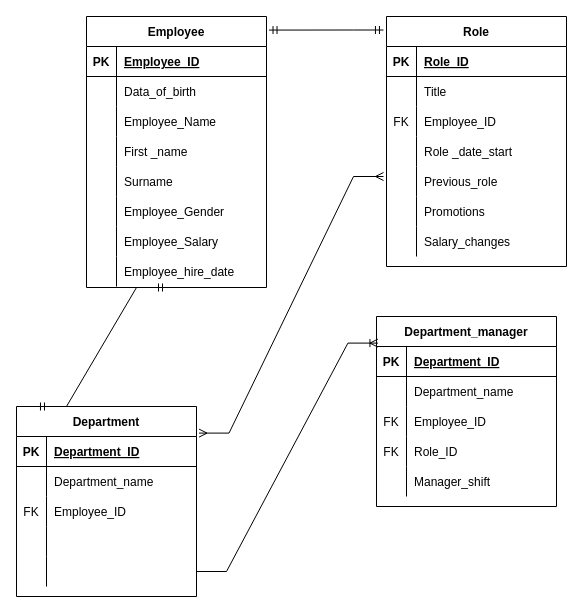
Earlier version of the draw.io diagram Relational data model.drawio (PriFlores/HR-Database). Source tidied: cells renumbered, new cells numbered last; positions are measured from the earlier drawing's top-left corner, leaving out a move shared by most shapes. Both pictures are drawn from the tidied source at 100%, with x=0, y=0 at pixel (16, 16).
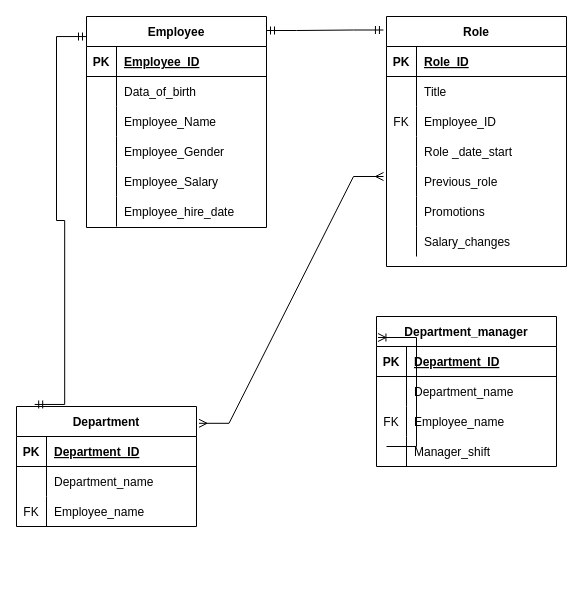
The same diagram, later.

Unchanged cells that the change refers to:
```xml
<mxCell id="27" value="Role" style="shape=table;startSize=30;childLayout=tableLayout;rowLines=0;fontStyle=1;align=center;" parent="1" vertex="1">
  <mxGeometry x="370" width="180" height="250" as="geometry" />
</mxCell>
<mxCell id="56" style="shape=partialRectangle;fillColor=none;top=0;left=0;bottom=0;right=0;" parent="49" vertex="1">
  <mxGeometry y="90" width="180" height="30" as="geometry" />
</mxCell>
<mxCell id="59" style="shape=partialRectangle;fillColor=none;top=0;left=0;bottom=0;right=0;" parent="49" vertex="1">
  <mxGeometry y="120" width="180" height="30" as="geometry" />
</mxCell>
<mxCell id="72" style="shape=partialRectangle;fillColor=none;top=0;left=0;bottom=0;right=0;" parent="65" vertex="1">
  <mxGeometry y="90" width="180" height="30" as="geometry" />
</mxCell>
```

Diff of the diagram source:
```diff
@@
     <mxCell id="2" value="Employee" style="shape=table;startSize=30;childLayout=tableLayout;rowLines=0;fontStyle=1;align=center;" parent="1" vertex="1">
-      <mxGeometry x="70" width="180" height="271" as="geometry" />
+      <mxGeometry x="70" width="180" height="211" as="geometry" />
     </mxCell>
@@
-    <mxCell id="12" style="shape=partialRectangle;fillColor=none;top=0;left=0;bottom=0;right=0;" parent="2" vertex="1">
-      <mxGeometry y="120" width="180" height="30" as="geometry" />
-    </mxCell>
-    <mxCell id="13" style="shape=partialRectangle;fillColor=none;top=0;left=0;bottom=0;right=0;overflow=hidden;" parent="12" vertex="1">
-      <mxGeometry width="30" height="30" as="geometry" />
-    </mxCell>
-    <mxCell id="14" value="First _name" style="shape=partialRectangle;fillColor=none;top=0;left=0;bottom=0;right=0;align=left;spacingLeft=6;overflow=hidden;" parent="12" vertex="1">
-      <mxGeometry x="30" width="150" height="30" as="geometry" />
-    </mxCell>
-    <mxCell id="15" style="shape=partialRectangle;fillColor=none;top=0;left=0;bottom=0;right=0;" parent="2" vertex="1">
-      <mxGeometry y="150" width="180" height="30" as="geometry" />
-    </mxCell>
-    <mxCell id="16" style="shape=partialRectangle;fillColor=none;top=0;left=0;bottom=0;right=0;overflow=hidden;" parent="15" vertex="1">
-      <mxGeometry width="30" height="30" as="geometry" />
-    </mxCell>
-    <mxCell id="17" value="Surname" style="shape=partialRectangle;fillColor=none;top=0;left=0;bottom=0;right=0;align=left;spacingLeft=6;overflow=hidden;" parent="15" vertex="1">
-      <mxGeometry x="30" width="150" height="30" as="geometry" />
-    </mxCell>
     <mxCell id="18" style="shape=partialRectangle;fillColor=none;top=0;left=0;bottom=0;right=0;" parent="2" vertex="1">
-      <mxGeometry y="180" width="180" height="30" as="geometry" />
+      <mxGeometry y="120" width="180" height="30" as="geometry" />
     </mxCell>
@@
     <mxCell id="21" style="shape=partialRectangle;fillColor=none;top=0;left=0;bottom=0;right=0;" parent="2" vertex="1">
-      <mxGeometry y="210" width="180" height="30" as="geometry" />
+      <mxGeometry y="150" width="180" height="30" as="geometry" />
     </mxCell>
@@
     <mxCell id="24" style="shape=partialRectangle;fillColor=none;top=0;left=0;bottom=0;right=0;" parent="2" vertex="1">
-      <mxGeometry y="240" width="180" height="30" as="geometry" />
+      <mxGeometry y="180" width="180" height="30" as="geometry" />
     </mxCell>
@@
     <mxCell id="49" value="Department_manager" style="shape=table;startSize=30;childLayout=tableLayout;rowLines=0;fontStyle=1;align=center;" parent="1" vertex="1">
-      <mxGeometry x="360" y="300" width="180" height="190" as="geometry" />
+      <mxGeometry x="360" y="300" width="180" height="150" as="geometry" />
     </mxCell>
@@
-    <mxCell id="58" value="Employee_ID" style="shape=partialRectangle;fillColor=none;top=0;left=0;bottom=0;right=0;align=left;spacingLeft=6;overflow=hidden;" parent="56" vertex="1">
+    <mxCell id="58" value="Employee_name" style="shape=partialRectangle;fillColor=none;top=0;left=0;bottom=0;right=0;align=left;spacingLeft=6;overflow=hidden;" parent="56" vertex="1">
       <mxGeometry x="30" width="150" height="30" as="geometry" />
     </mxCell>
@@
-    <mxCell id="60" value="FK" style="shape=partialRectangle;fillColor=none;top=0;left=0;bottom=0;right=0;overflow=hidden;" parent="59" vertex="1">
+    <mxCell id="60" style="shape=partialRectangle;fillColor=none;top=0;left=0;bottom=0;right=0;overflow=hidden;" parent="59" vertex="1">
       <mxGeometry width="30" height="30" as="geometry" />
     </mxCell>
-    <mxCell id="61" value="Role_ID" style="shape=partialRectangle;fillColor=none;top=0;left=0;bottom=0;right=0;align=left;spacingLeft=6;overflow=hidden;" parent="59" vertex="1">
+    <mxCell id="61" style="shape=partialRectangle;fillColor=none;top=0;left=0;bottom=0;right=0;align=left;spacingLeft=6;overflow=hidden;" parent="59" vertex="1">
       <mxGeometry x="30" width="150" height="30" as="geometry" />
     </mxCell>
-    <mxCell id="62" style="shape=partialRectangle;fillColor=none;top=0;left=0;bottom=0;right=0;" parent="49" vertex="1">
-      <mxGeometry y="150" width="180" height="30" as="geometry" />
-    </mxCell>
-    <mxCell id="63" style="shape=partialRectangle;fillColor=none;top=0;left=0;bottom=0;right=0;overflow=hidden;" parent="62" vertex="1">
-      <mxGeometry width="30" height="30" as="geometry" />
-    </mxCell>
-    <mxCell id="64" value="Manager_shift" style="shape=partialRectangle;fillColor=none;top=0;left=0;bottom=0;right=0;align=left;spacingLeft=6;overflow=hidden;" parent="62" vertex="1">
-      <mxGeometry x="30" width="150" height="30" as="geometry" />
-    </mxCell>
     <mxCell id="65" value="Department" style="shape=table;startSize=30;childLayout=tableLayout;rowLines=0;fontStyle=1;align=center;" parent="1" vertex="1">
-      <mxGeometry y="390" width="180" height="190" as="geometry" />
+      <mxGeometry y="390" width="180" height="120" as="geometry" />
     </mxCell>
@@
-    <mxCell id="74" value="Employee_ID" style="shape=partialRectangle;fillColor=none;top=0;left=0;bottom=0;right=0;align=left;spacingLeft=6;overflow=hidden;" parent="72" vertex="1">
+    <mxCell id="74" value="Employee_name" style="shape=partialRectangle;fillColor=none;top=0;left=0;bottom=0;right=0;align=left;spacingLeft=6;overflow=hidden;" parent="72" vertex="1">
       <mxGeometry x="30" width="150" height="30" as="geometry" />
     </mxCell>
-    <mxCell id="75" style="shape=partialRectangle;fillColor=none;top=0;left=0;bottom=0;right=0;" parent="65" vertex="1">
-      <mxGeometry y="120" width="180" height="30" as="geometry" />
-    </mxCell>
-    <mxCell id="76" style="shape=partialRectangle;fillColor=none;top=0;left=0;bottom=0;right=0;overflow=hidden;" parent="75" vertex="1">
-      <mxGeometry width="30" height="30" as="geometry" />
-    </mxCell>
-    <mxCell id="77" style="shape=partialRectangle;fillColor=none;top=0;left=0;bottom=0;right=0;align=left;spacingLeft=6;overflow=hidden;" parent="75" vertex="1">
-      <mxGeometry x="30" width="150" height="30" as="geometry" />
-    </mxCell>
-    <mxCell id="78" style="shape=partialRectangle;fillColor=none;top=0;left=0;bottom=0;right=0;points=[[0,0.5],[1,0.5]];portConstraint=eastwest;" parent="65" vertex="1">
-      <mxGeometry y="150" width="180" height="30" as="geometry" />
-    </mxCell>
-    <mxCell id="79" style="shape=partialRectangle;fillColor=none;top=0;left=0;bottom=0;right=0;overflow=hidden;" parent="78" vertex="1">
-      <mxGeometry width="30" height="30" as="geometry" />
-    </mxCell>
-    <mxCell id="80" style="shape=partialRectangle;fillColor=none;top=0;left=0;bottom=0;right=0;align=left;spacingLeft=6;overflow=hidden;" parent="78" vertex="1">
-      <mxGeometry x="30" width="150" height="30" as="geometry" />
-    </mxCell>
-    <mxCell id="81" style="edgeStyle=entityRelationEdgeStyle;fontSize=12;html=1;endArrow=ERoneToMany;rounded=0;entryX=0.008;entryY=0.14;entryDx=0;entryDy=0;entryPerimeter=0;exitX=1;exitY=0.5;exitDx=0;exitDy=0;" parent="1" edge="1" source="78" target="49">
-      <mxGeometry relative="1" as="geometry" />
+    <mxCell id="81" style="edgeStyle=entityRelationEdgeStyle;fontSize=12;html=1;endArrow=ERoneToMany;rounded=0;entryX=0.008;entryY=0.14;entryDx=0;entryDy=0;entryPerimeter=0;exitX=1;exitY=0.5;exitDx=0;exitDy=0;" parent="1" edge="1" target="49">
+      <mxGeometry relative="1" as="geometry">
+        <mxPoint x="370" y="430" as="sourcePoint" />
+      </mxGeometry>
     </mxCell>
@@
-    <mxCell id="83" style="edgeStyle=entityRelationEdgeStyle;fontSize=12;html=1;endArrow=ERmandOne;startArrow=ERmandOne;rounded=0;entryX=-0.017;entryY=0.054;entryDx=0;entryDy=0;entryPerimeter=0;exitX=1.014;exitY=0.05;exitDx=0;exitDy=0;exitPerimeter=0;" parent="1" edge="1" source="2" target="27">
-      <mxGeometry relative="1" as="geometry" />
+    <mxCell id="83" style="edgeStyle=entityRelationEdgeStyle;fontSize=12;html=1;endArrow=ERmandOne;startArrow=ERmandOne;rounded=0;entryX=-0.017;entryY=0.054;entryDx=0;entryDy=0;entryPerimeter=0;" parent="1" edge="1" target="27">
+      <mxGeometry relative="1" as="geometry">
+        <mxPoint x="250" y="14" as="sourcePoint" />
+      </mxGeometry>
     </mxCell>
-    <mxCell id="84" style="edgeStyle=entityRelationEdgeStyle;fontSize=12;html=1;endArrow=ERmandOne;startArrow=ERmandOne;rounded=0;exitX=0.111;exitY=0;exitDx=0;exitDy=0;exitPerimeter=0;" parent="1" edge="1" source="65">
-      <mxGeometry relative="1" as="geometry">
-        <mxPoint x="150" y="271" as="targetPoint" />
-      </mxGeometry>
+    <mxCell id="84" style="edgeStyle=entityRelationEdgeStyle;fontSize=12;html=1;endArrow=ERmandOne;startArrow=ERmandOne;rounded=0;entryX=0;entryY=0.095;entryDx=0;entryDy=0;entryPerimeter=0;exitX=0.101;exitY=-0.017;exitDx=0;exitDy=0;exitPerimeter=0;" parent="1" edge="1" source="65" target="2">
+      <mxGeometry relative="1" as="geometry" />
     </mxCell>
+    <mxCell id="64" value="Manager_shift" style="shape=partialRectangle;fillColor=none;top=0;left=0;bottom=0;right=0;align=left;spacingLeft=6;overflow=hidden;" parent="1" vertex="1">
+      <mxGeometry x="390" y="420" width="150" height="30" as="geometry" />
+    </mxCell>
```
